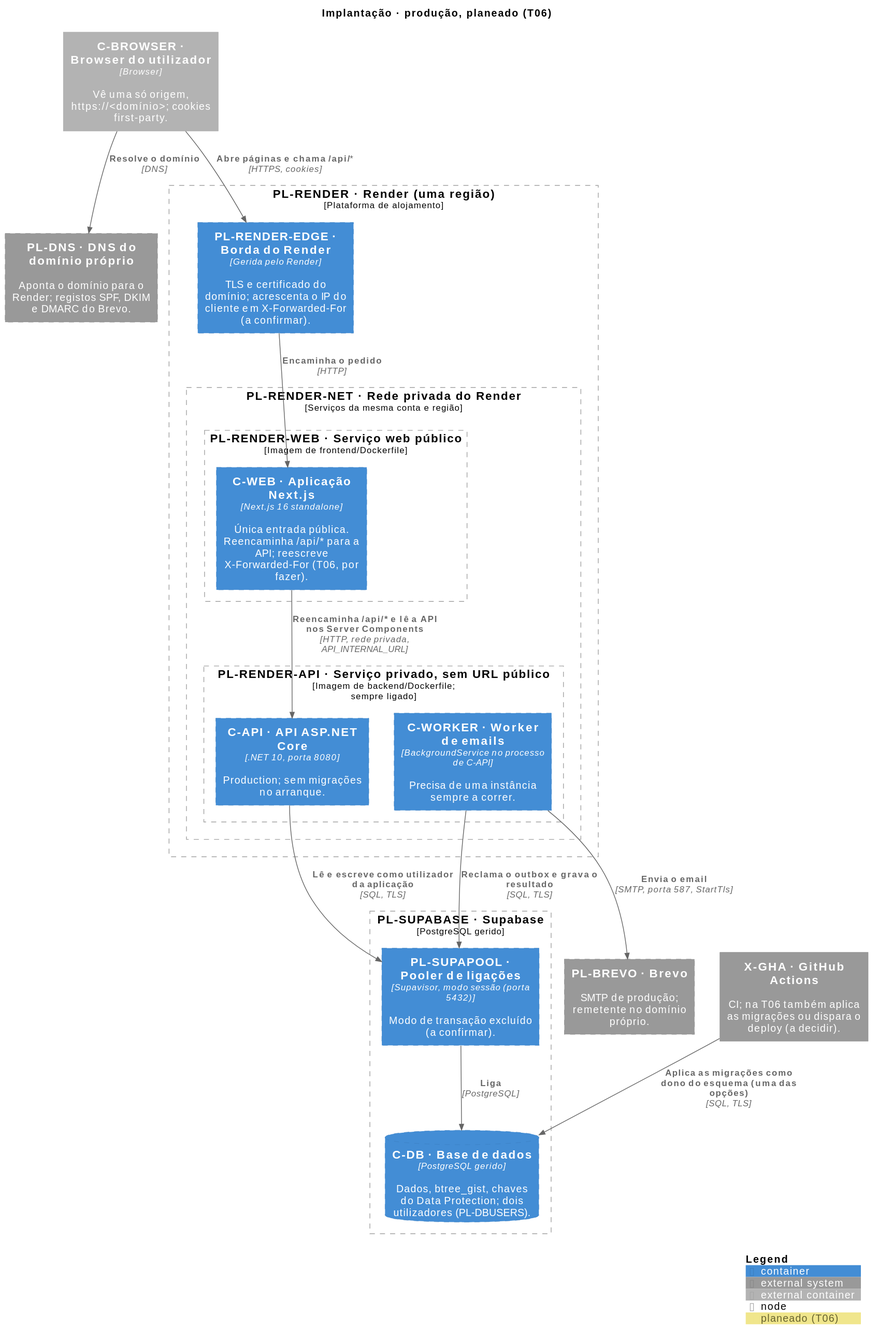
This is docs/architecture/diagrams/06-physical-prod.svg from rodrigo4sousa/SportsEstablishments, a PlantUML export, as it was before one commit.
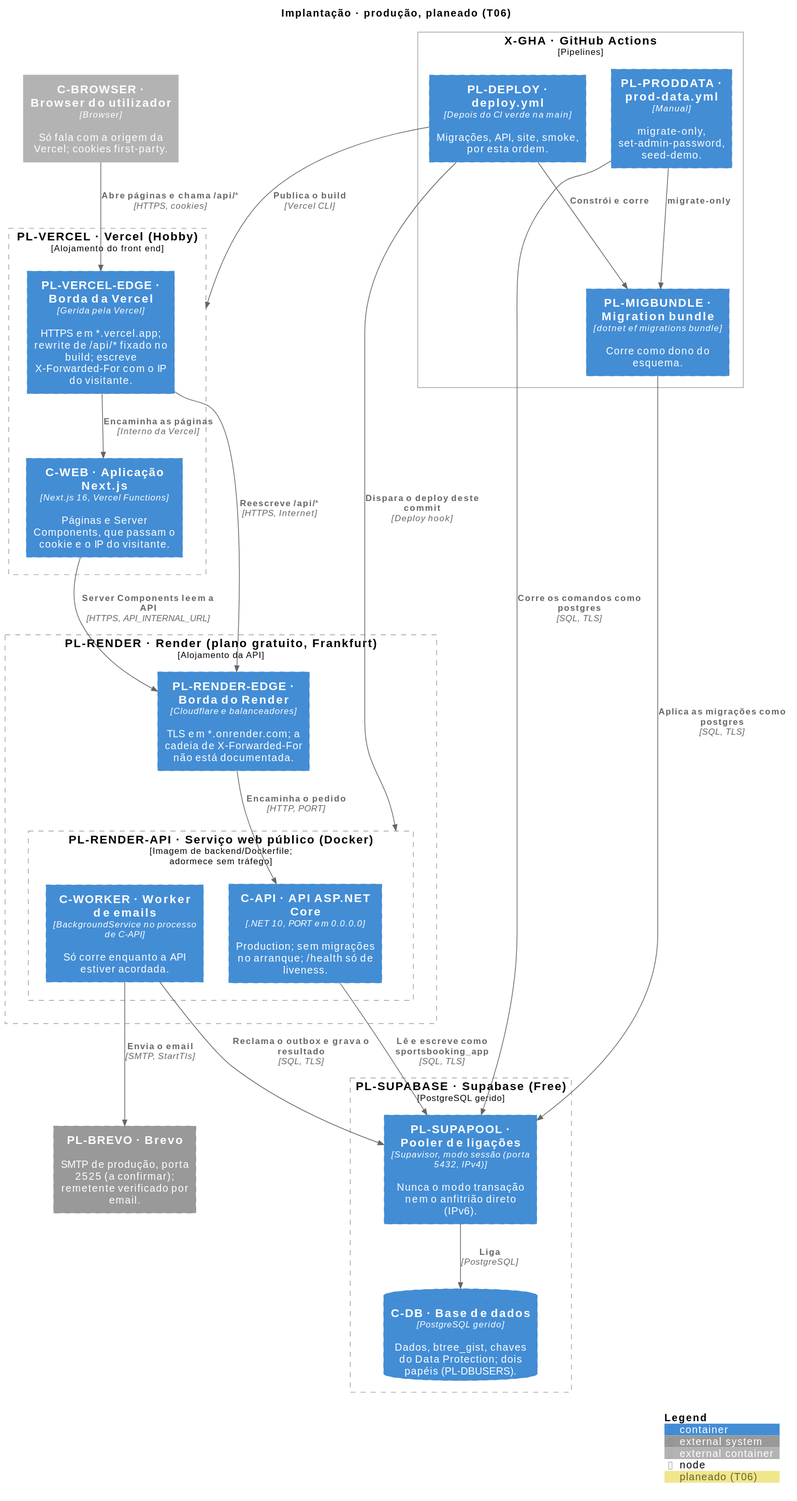
Later version of the same file.

Diff of the diagram source:
```diff
@@ -7,39 +7,49 @@
 HIDE_STEREOTYPE()
 AddElementTag("planeado", $borderStyle=DashedLine(), $legendText="planeado (T06)")
 
-Container_Ext(C_BROWSER, "C-BROWSER · Browser do utilizador", "Browser", "Vê uma só origem, https://<domínio>; cookies first-party.")
-System_Ext(PL_DNS, "PL-DNS · DNS do domínio próprio", "Aponta o domínio para o Render; registos SPF, DKIM e DMARC do Brevo.", $tags="planeado")
-System_Ext(X_GHA, "X-GHA · GitHub Actions", "CI; na T06 também aplica as migrações ou dispara o deploy (a decidir).")
+Container_Ext(C_BROWSER, "C-BROWSER · Browser do utilizador", "Browser", "Só fala com a origem da Vercel; cookies first-party.")
 
-Deployment_Node(PL_RENDER, "PL-RENDER · Render (uma região)", "Plataforma de alojamento", $tags="planeado") {
-  Container(PL_RENDER_EDGE, "PL-RENDER-EDGE · Borda do Render", "Gerida pelo Render", "TLS e certificado do domínio; acrescenta o IP do cliente em X-Forwarded-For (a confirmar).", $tags="planeado")
-  Deployment_Node(PL_RENDER_NET, "PL-RENDER-NET · Rede privada do Render", "Serviços da mesma conta e região", $tags="planeado") {
-    Deployment_Node(PL_RENDER_WEB, "PL-RENDER-WEB · Serviço web público", "Imagem de frontend/Dockerfile", $tags="planeado") {
-      Container(C_WEB, "C-WEB · Aplicação Next.js", "Next.js 16 standalone", "Única entrada pública. Reencaminha /api/* para a API; reescreve X-Forwarded-For (T06, por fazer).", $tags="planeado")
-    }
-    Deployment_Node(PL_RENDER_API, "PL-RENDER-API · Serviço privado, sem URL público", "Imagem de backend/Dockerfile; sempre ligado", $tags="planeado") {
-      Container(C_API, "C-API · API ASP.NET Core", ".NET 10, porta 8080", "Production; sem migrações no arranque.", $tags="planeado")
-      Container(C_WORKER, "C-WORKER · Worker de emails", "BackgroundService no processo de C-API", "Precisa de uma instância sempre a correr.", $tags="planeado")
-    }
+Deployment_Node(PL_VERCEL, "PL-VERCEL · Vercel (Hobby)", "Alojamento do front end", $tags="planeado") {
+  Container(PL_VERCEL_EDGE, "PL-VERCEL-EDGE · Borda da Vercel", "Gerida pela Vercel", "HTTPS em *.vercel.app; rewrite de /api/* fixado no build; escreve X-Forwarded-For com o IP do visitante.", $tags="planeado")
+  Container(C_WEB, "C-WEB · Aplicação Next.js", "Next.js 16, Vercel Functions", "Páginas e Server Components, que passam o cookie e o IP do visitante.", $tags="planeado")
+}
+
+Deployment_Node(PL_RENDER, "PL-RENDER · Render (plano gratuito, Frankfurt)", "Alojamento da API", $tags="planeado") {
+  Container(PL_RENDER_EDGE, "PL-RENDER-EDGE · Borda do Render", "Cloudflare e balanceadores", "TLS em *.onrender.com; a cadeia de X-Forwarded-For não está documentada.", $tags="planeado")
+  Deployment_Node(PL_RENDER_API, "PL-RENDER-API · Serviço web público (Docker)", "Imagem de backend/Dockerfile; adormece sem tráfego", $tags="planeado") {
+    Container(C_API, "C-API · API ASP.NET Core", ".NET 10, PORT em 0.0.0.0", "Production; sem migrações no arranque; /health só de liveness.", $tags="planeado")
+    Container(C_WORKER, "C-WORKER · Worker de emails", "BackgroundService no processo de C-API", "Só corre enquanto a API estiver acordada.", $tags="planeado")
   }
 }
 
-Deployment_Node(PL_SUPABASE, "PL-SUPABASE · Supabase", "PostgreSQL gerido", $tags="planeado") {
-  Container(PL_SUPAPOOL, "PL-SUPAPOOL · Pooler de ligações", "Supavisor, modo sessão (porta 5432)", "Modo de transação excluído (a confirmar).", $tags="planeado")
-  ContainerDb(C_DB, "C-DB · Base de dados", "PostgreSQL gerido", "Dados, btree_gist, chaves do Data Protection; dois utilizadores (PL-DBUSERS).", $tags="planeado")
+Deployment_Node(PL_SUPABASE, "PL-SUPABASE · Supabase (Free)", "PostgreSQL gerido", $tags="planeado") {
+  Container(PL_SUPAPOOL, "PL-SUPAPOOL · Pooler de ligações", "Supavisor, modo sessão (porta 5432, IPv4)", "Nunca o modo transação nem o anfitrião direto (IPv6).", $tags="planeado")
+  ContainerDb(C_DB, "C-DB · Base de dados", "PostgreSQL gerido", "Dados, btree_gist, chaves do Data Protection; dois papéis (PL-DBUSERS).", $tags="planeado")
 }
 
-System_Ext(PL_BREVO, "PL-BREVO · Brevo", "SMTP de produção; remetente no domínio próprio.", $tags="planeado")
+System_Ext(PL_BREVO, "PL-BREVO · Brevo", "SMTP de produção, porta 2525 (a confirmar); remetente verificado por email.", $tags="planeado")
 
-Rel(C_BROWSER, PL_DNS, "Resolve o domínio", "DNS")
-Rel(C_BROWSER, PL_RENDER_EDGE, "Abre páginas e chama /api/*", "HTTPS, cookies")
-Rel(PL_RENDER_EDGE, C_WEB, "Encaminha o pedido", "HTTP")
-Rel(C_WEB, C_API, "Reencaminha /api/* e lê a API nos Server Components", "HTTP, rede privada, API_INTERNAL_URL")
-Rel(C_API, PL_SUPAPOOL, "Lê e escreve como utilizador da aplicação", "SQL, TLS")
+Deployment_Node(X_GHA, "X-GHA · GitHub Actions", "Pipelines") {
+  Container(PL_DEPLOY, "PL-DEPLOY · deploy.yml", "Depois do CI verde na main", "Migrações, API, site, smoke, por esta ordem.", $tags="planeado")
+  Container(PL_PRODDATA, "PL-PRODDATA · prod-data.yml", "Manual", "migrate-only, set-admin-password, seed-demo.", $tags="planeado")
+  Container(PL_MIGBUNDLE, "PL-MIGBUNDLE · Migration bundle", "dotnet ef migrations bundle", "Corre como dono do esquema.", $tags="planeado")
+}
+
+Rel(C_BROWSER, PL_VERCEL_EDGE, "Abre páginas e chama /api/*", "HTTPS, cookies")
+Rel(PL_VERCEL_EDGE, C_WEB, "Encaminha as páginas", "Interno da Vercel")
+Rel(PL_VERCEL_EDGE, PL_RENDER_EDGE, "Reescreve /api/*", "HTTPS, Internet")
+Rel(C_WEB, PL_RENDER_EDGE, "Server Components leem a API", "HTTPS, API_INTERNAL_URL")
+Rel(PL_RENDER_EDGE, C_API, "Encaminha o pedido", "HTTP, PORT")
+Rel(C_API, PL_SUPAPOOL, "Lê e escreve como sportsbooking_app", "SQL, TLS")
 Rel(C_WORKER, PL_SUPAPOOL, "Reclama o outbox e grava o resultado", "SQL, TLS")
 Rel(PL_SUPAPOOL, C_DB, "Liga", "PostgreSQL")
-Rel(C_WORKER, PL_BREVO, "Envia o email", "SMTP, porta 587, StartTls")
-Rel(X_GHA, C_DB, "Aplica as migrações como dono do esquema (uma das opções)", "SQL, TLS")
+Rel(C_WORKER, PL_BREVO, "Envia o email", "SMTP, StartTls")
+Rel(PL_DEPLOY, PL_MIGBUNDLE, "Constrói e corre", "")
+Rel(PL_PRODDATA, PL_MIGBUNDLE, "migrate-only", "")
+Rel(PL_MIGBUNDLE, PL_SUPAPOOL, "Aplica as migrações como postgres", "SQL, TLS")
+Rel(PL_PRODDATA, PL_SUPAPOOL, "Corre os comandos como postgres", "SQL, TLS")
+Rel(PL_DEPLOY, PL_RENDER_API, "Dispara o deploy deste commit", "Deploy hook")
+Rel(PL_DEPLOY, PL_VERCEL, "Publica o build", "Vercel CLI")
 
 SHOW_LEGEND()
 @enduml
```
